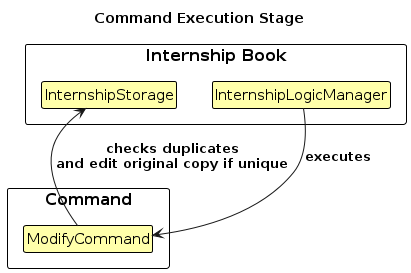
This is diagrams/ModifyCommandExecute.png from AY2324S1-CS2103T-W17-1/tp, a PlantUML export, as it was before one commit. Its source is kept beside it as diagrams/ModifyCommandExecute.puml. The source it was exported from:
```plantuml
@startuml
!include style.puml
skinparam ClassFontColor #000000
skinparam ClassBorderColor #000000
skinparam ClassBackgroundColor #FFFFAA

title Command Execution Stage

package "Internship Book" {
    class InternshipLogicManager as "InternshipLogicManager"
    class InternshipStorage as "InternshipStorage"
}

package "Command" {
    class ModifyCommand as "ModifyCommand"
}

InternshipLogicManager -down-> ModifyCommand : executes
ModifyCommand -right-> InternshipStorage : checks duplicates\nand edit original copy if unique

@enduml
```
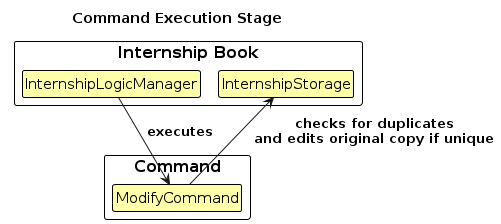
After the change.

Diff of the diagram source:
```diff
@@ -1,4 +1,5 @@
 @startuml
+!pragma layout smetana
 !include style.puml
 skinparam ClassFontColor #000000
 skinparam ClassBorderColor #000000
@@ -16,6 +17,6 @@
 }
 
 InternshipLogicManager -down-> ModifyCommand : executes
-ModifyCommand -right-> InternshipStorage : checks duplicates\nand edit original copy if unique
+ModifyCommand -right-> InternshipStorage : checks for duplicates\nand edits original copy if unique
 
 @enduml
```
